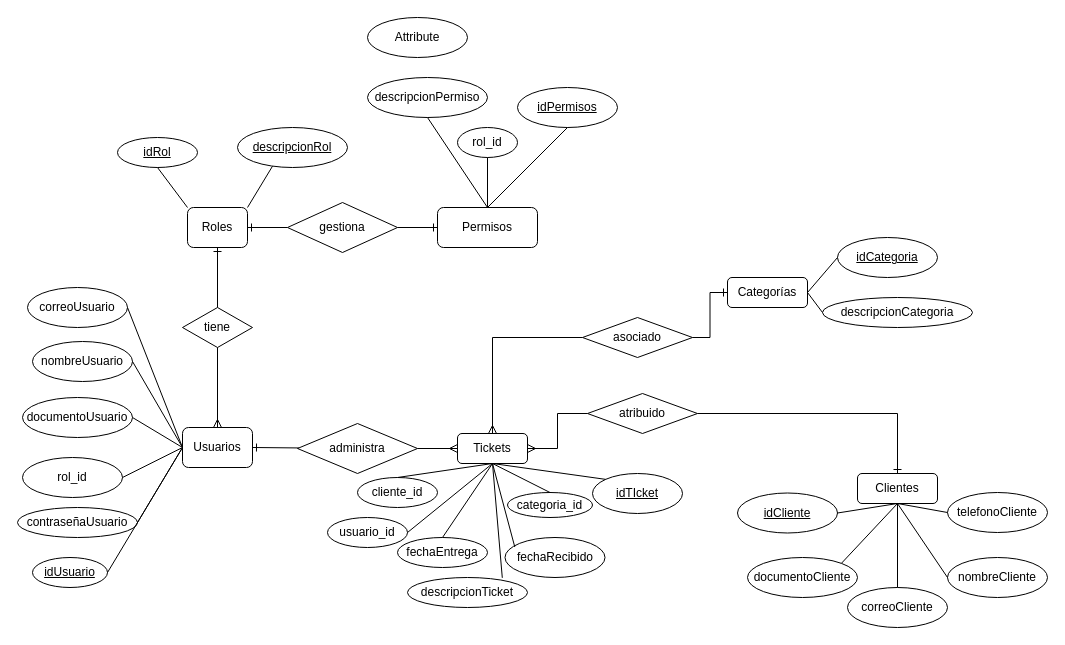
Fernando-Mena844/Proyecto-40-de-Dise-o-de-aplicaciones-multimedia keeps this draw.io diagram as DIagrama Entidad-Relación.drawio. Above is the earlier version. Source tidied: cells renumbered, new cells numbered last; positions are measured from the earlier drawing's top-left corner, leaving out a move shared by most shapes. Both pictures are drawn from the tidied source at 100%, with x=0, y=0 at pixel (17, 17).
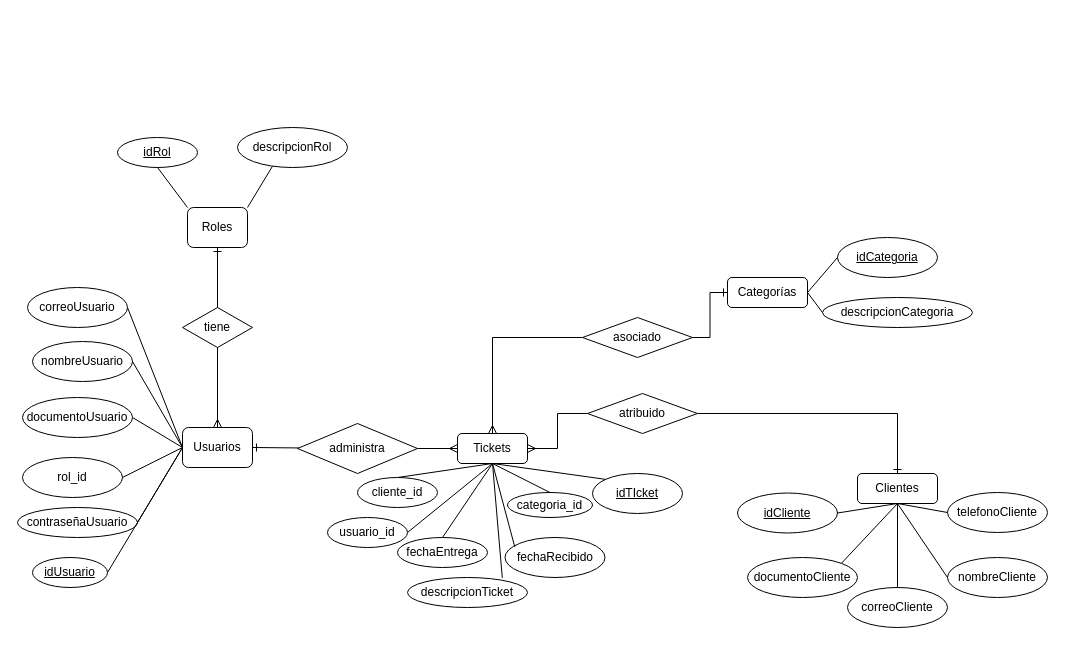
After the change.

Commit message (it also covers changes not shown here):
Eliminación de la clase Permisos

Unchanged cells that the change refers to:
```xml
<mxCell id="2" value="Roles" style="rounded=1;whiteSpace=wrap;html=1;" parent="1" vertex="1">
  <mxGeometry x="170" y="190" width="60" height="40" as="geometry" />
</mxCell>
```

The edit, as a diff of the source:
```diff
@@
-    <mxCell id="5" value="&lt;u&gt;descripcionRol&lt;/u&gt;" style="ellipse;whiteSpace=wrap;html=1;" parent="1" vertex="1">
+    <mxCell id="5" value="descripcionRol" style="ellipse;whiteSpace=wrap;html=1;" parent="1" vertex="1">
       <mxGeometry x="220" y="110" width="110" height="40" as="geometry" />
     </mxCell>
@@
-    <mxCell id="7" value="gestiona" style="rhombus;whiteSpace=wrap;html=1;" parent="1" vertex="1">
-      <mxGeometry x="270" y="185" width="110" height="50" as="geometry" />
-    </mxCell>
-    <mxCell id="8" value="Permisos" style="rounded=1;whiteSpace=wrap;html=1;" parent="1" vertex="1">
-      <mxGeometry x="420" y="190" width="100" height="40" as="geometry" />
-    </mxCell>
-    <mxCell id="9" style="fontSize=12;html=1;endArrow=ERone;endFill=1;rounded=0;entryX=1;entryY=0.5;entryDx=0;entryDy=0;exitX=0;exitY=0.5;exitDx=0;exitDy=0;" parent="1" edge="1" source="7" target="2">
-      <mxGeometry relative="1" as="geometry" />
-    </mxCell>
@@
-    <mxCell id="40" style="fontSize=12;html=1;endArrow=ERone;endFill=1;rounded=0;entryX=0;entryY=0.5;entryDx=0;entryDy=0;exitX=1;exitY=0.5;exitDx=0;exitDy=0;" parent="1" edge="1" source="7" target="8">
-      <mxGeometry relative="1" as="geometry" />
-    </mxCell>
@@
-    <mxCell id="48" value="&lt;u&gt;idPermisos&lt;/u&gt;" style="ellipse;whiteSpace=wrap;html=1;align=center;" parent="1" vertex="1">
-      <mxGeometry x="500" y="70" width="100" height="40" as="geometry" />
-    </mxCell>
-    <mxCell id="49" value="rol_id" style="ellipse;whiteSpace=wrap;html=1;align=center;" parent="1" vertex="1">
-      <mxGeometry x="440" y="110" width="60" height="30" as="geometry" />
-    </mxCell>
-    <mxCell id="50" value="descripcionPermiso" style="ellipse;whiteSpace=wrap;html=1;align=center;" parent="1" vertex="1">
-      <mxGeometry x="350" y="60" width="120" height="40" as="geometry" />
-    </mxCell>
-    <mxCell id="51" value="Attribute" style="ellipse;whiteSpace=wrap;html=1;align=center;" parent="1" vertex="1">
-      <mxGeometry x="350" width="100" height="40" as="geometry" />
-    </mxCell>
@@
-    <mxCell id="55" style="endArrow=none;html=1;rounded=0;entryX=0.5;entryY=0;entryDx=0;entryDy=0;exitX=0.5;exitY=1;exitDx=0;exitDy=0;" parent="1" edge="1" source="48" target="8">
-      <mxGeometry relative="1" as="geometry" />
-    </mxCell>
-    <mxCell id="56" style="endArrow=none;html=1;rounded=0;exitX=0.5;exitY=1;exitDx=0;exitDy=0;entryX=0.5;entryY=0;entryDx=0;entryDy=0;" parent="1" edge="1" source="50" target="8">
-      <mxGeometry relative="1" as="geometry" />
-    </mxCell>
-    <mxCell id="57" style="endArrow=none;html=1;rounded=0;entryX=0.5;entryY=0;entryDx=0;entryDy=0;exitX=0.5;exitY=1;exitDx=0;exitDy=0;" parent="1" edge="1" source="49" target="8">
-      <mxGeometry relative="1" as="geometry" />
-    </mxCell>
```
